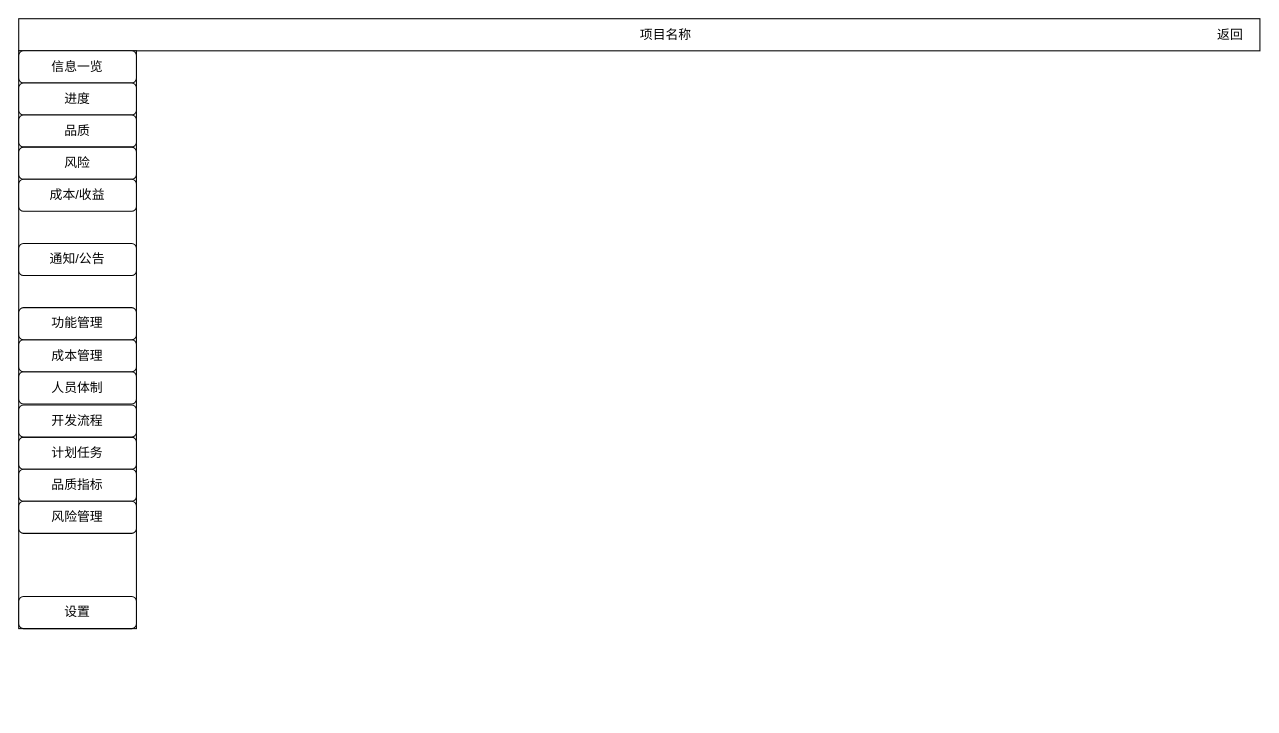
Above: page "pm-project-detail" (4 of 19) of project-in-action/software-develop-management-system/doc/design/ui/sdms.drawio in callistoctopus/project-all-in-one (draw.io), before the change. Source tidied: cells renumbered, new cells numbered last; positions are measured from the earlier drawing's top-left corner, leaving out a move shared by most shapes. Both pictures are drawn from the tidied source at 107%, with x=0, y=0 at pixel (18, 18).
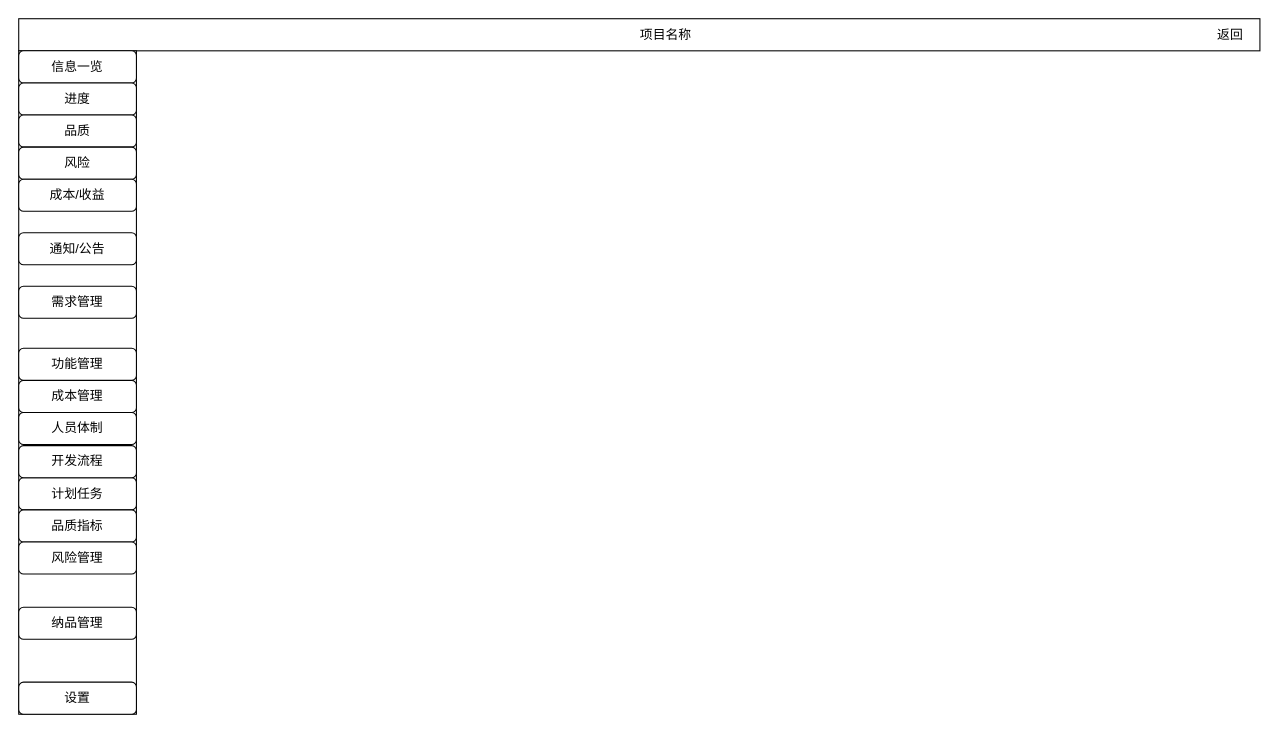
The same diagram, later.

Change to the diagram source:
```diff
@@
     <mxCell id="3" style="rounded=0;whiteSpace=wrap;html=1;" parent="1" vertex="1">
-      <mxGeometry y="30" width="110" height="540" as="geometry" />
+      <mxGeometry y="30" width="110" height="620" as="geometry" />
     </mxCell>
@@
     <mxCell id="5" value="计划任务" style="rounded=1;whiteSpace=wrap;html=1;" parent="1" vertex="1">
-      <mxGeometry y="391" width="110" height="30" as="geometry" />
+      <mxGeometry y="429" width="110" height="30" as="geometry" />
     </mxCell>
@@
     <mxCell id="10" value="开发流程" style="rounded=1;whiteSpace=wrap;html=1;" parent="1" vertex="1">
-      <mxGeometry y="361" width="110" height="30" as="geometry" />
+      <mxGeometry y="399" width="110" height="30" as="geometry" />
     </mxCell>
     <mxCell id="11" value="人员体制" style="rounded=1;whiteSpace=wrap;html=1;" parent="1" vertex="1">
-      <mxGeometry y="330" width="110" height="30" as="geometry" />
+      <mxGeometry y="368" width="110" height="30" as="geometry" />
     </mxCell>
     <mxCell id="12" value="品质指标" style="rounded=1;whiteSpace=wrap;html=1;" parent="1" vertex="1">
-      <mxGeometry y="421" width="110" height="30" as="geometry" />
+      <mxGeometry y="459" width="110" height="30" as="geometry" />
     </mxCell>
     <mxCell id="13" value="风险管理" style="rounded=1;whiteSpace=wrap;html=1;" parent="1" vertex="1">
-      <mxGeometry y="451" width="110" height="30" as="geometry" />
+      <mxGeometry y="489" width="110" height="30" as="geometry" />
     </mxCell>
     <mxCell id="14" value="成本管理" style="rounded=1;whiteSpace=wrap;html=1;" parent="1" vertex="1">
-      <mxGeometry y="300" width="110" height="30" as="geometry" />
+      <mxGeometry y="338" width="110" height="30" as="geometry" />
     </mxCell>
     <mxCell id="15" value="通知/公告" style="rounded=1;whiteSpace=wrap;html=1;" parent="1" vertex="1">
-      <mxGeometry y="210" width="110" height="30" as="geometry" />
+      <mxGeometry y="200" width="110" height="30" as="geometry" />
     </mxCell>
     <mxCell id="16" value="设置" style="rounded=1;whiteSpace=wrap;html=1;" parent="1" vertex="1">
-      <mxGeometry y="540" width="110" height="30" as="geometry" />
+      <mxGeometry y="620" width="110" height="30" as="geometry" />
     </mxCell>
@@
     <mxCell id="19" value="功能管理" style="rounded=1;whiteSpace=wrap;html=1;" parent="1" vertex="1">
-      <mxGeometry y="270" width="110" height="30" as="geometry" />
+      <mxGeometry y="308" width="110" height="30" as="geometry" />
     </mxCell>
+    <mxCell id="20" value="需求管理" style="rounded=1;whiteSpace=wrap;html=1;" parent="1" vertex="1">
+      <mxGeometry y="250" width="110" height="30" as="geometry" />
+    </mxCell>
+    <mxCell id="21" value="纳品管理" style="rounded=1;whiteSpace=wrap;html=1;" parent="1" vertex="1">
+      <mxGeometry y="550" width="110" height="30" as="geometry" />
+    </mxCell>
```
